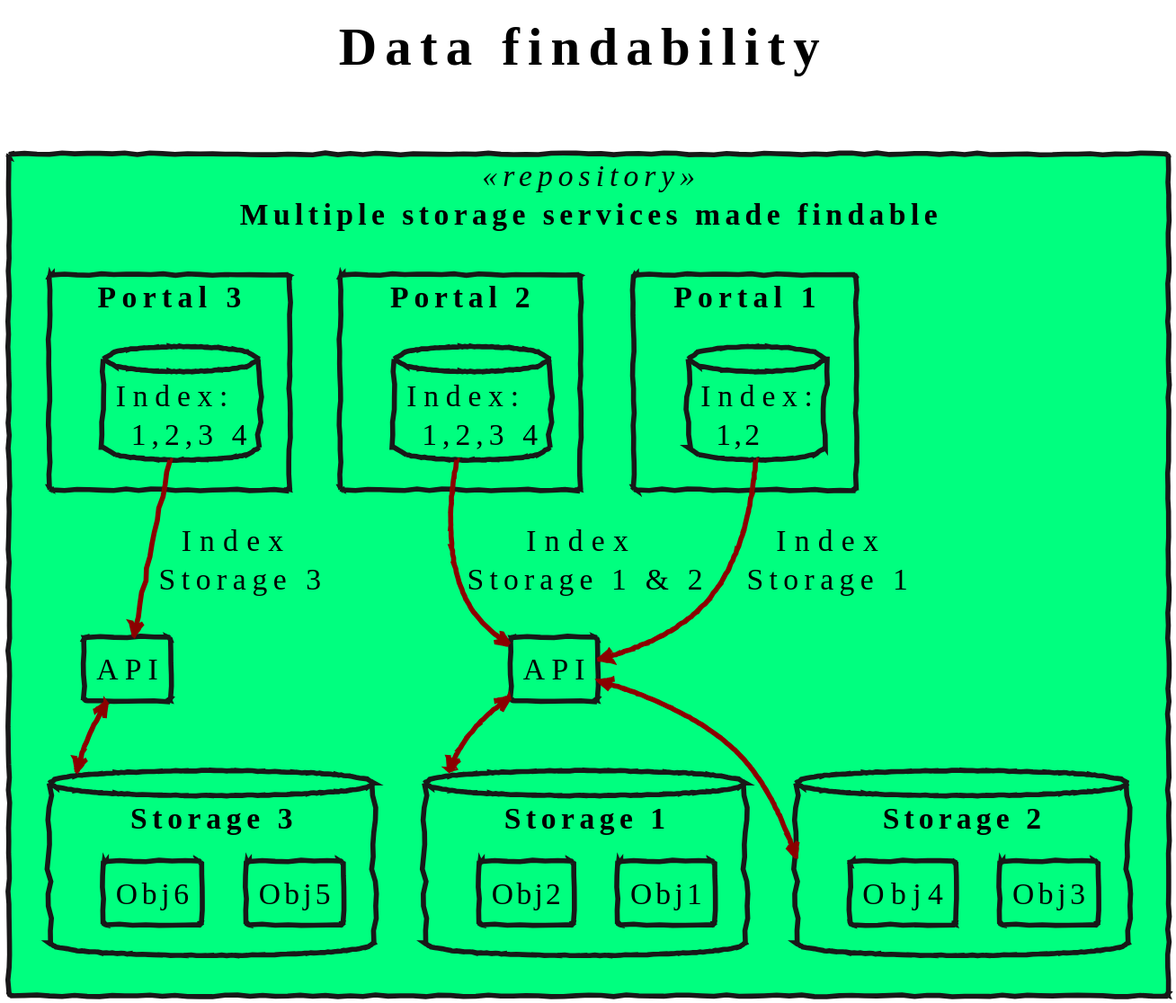
Language-Research-Technology/plantuml-diagrams keeps this PlantUML diagram as generic/disovery-storage-stack.svg. Above is the earlier version.
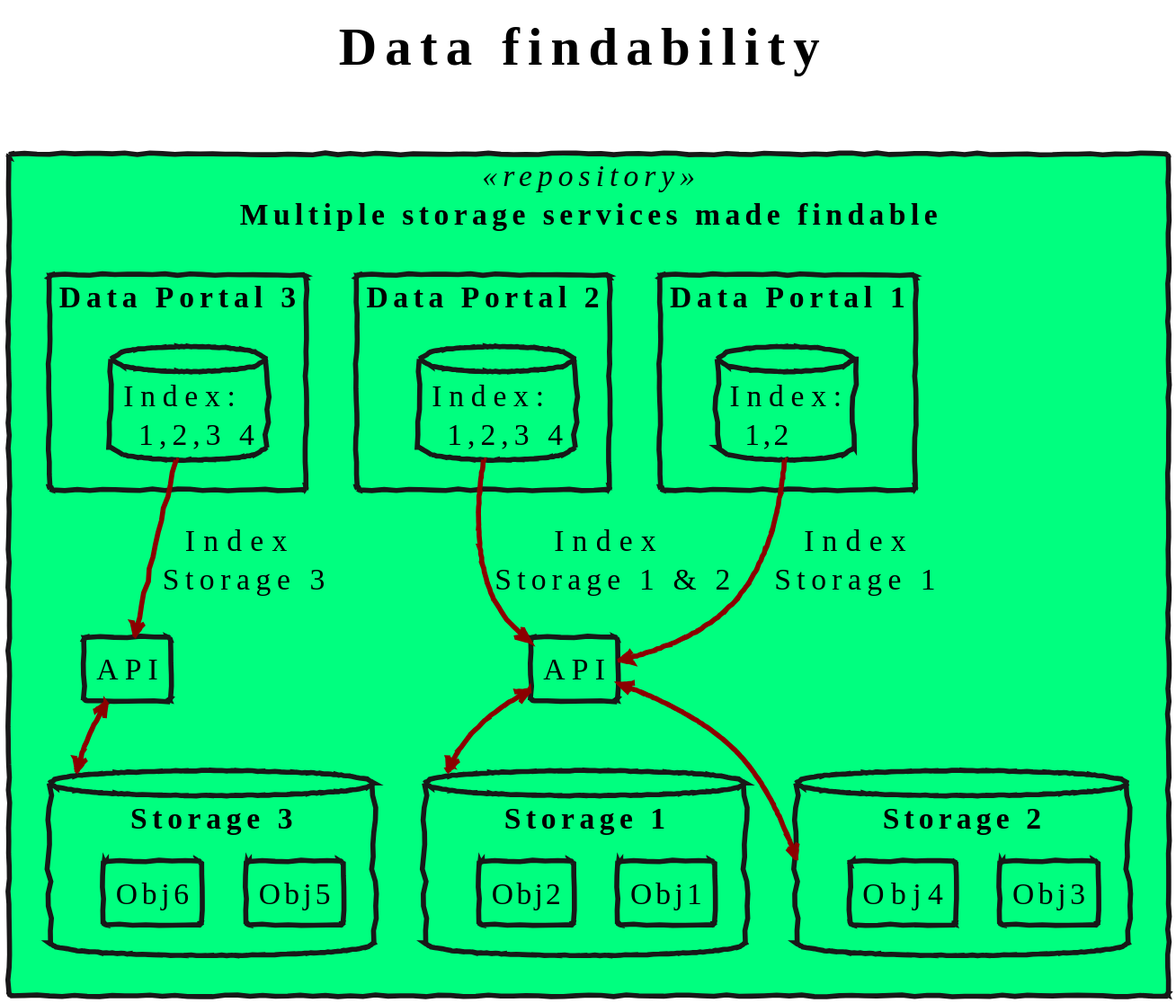
Later version of the same file.

Change to the diagram source:
```diff
@@ -2,13 +2,13 @@
 !include_many ../data-management-style.txt
 title: Data findability
 rectangle "Multiple storage services made findable"  as arch <<repository>> {
-    rectangle "Portal 1" as p1 {
+    rectangle "Data Portal 1" as p1 {
         database "Index:\n 1,2" as i1
     }
-    rectangle "Portal 2" as p2 {
+    rectangle "Data Portal 2" as p2 {
         database "Index:\n 1,2,3 4" as i2
     }
-     rectangle "Portal 3" as p3{
+     rectangle "Data Portal 3" as p3{
         database "Index:\n 1,2,3 4" as i3
     }
     rectangle "API" as api1
```
